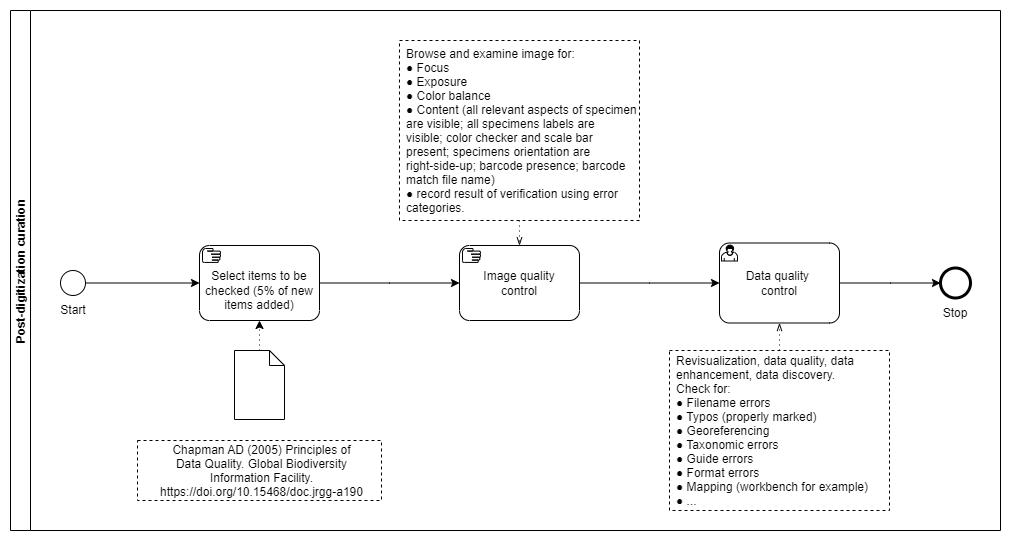
Before: images/HerbariumSheets/LISI/LISI_Post-digitization_curation_tasks.png, a diagram exported from draw.io (DiSSCo/dissco.github.io). Source tidied: cells renumbered, new cells last; positions are measured from the earlier drawing's top-left corner, leaving out a move shared by most shapes.
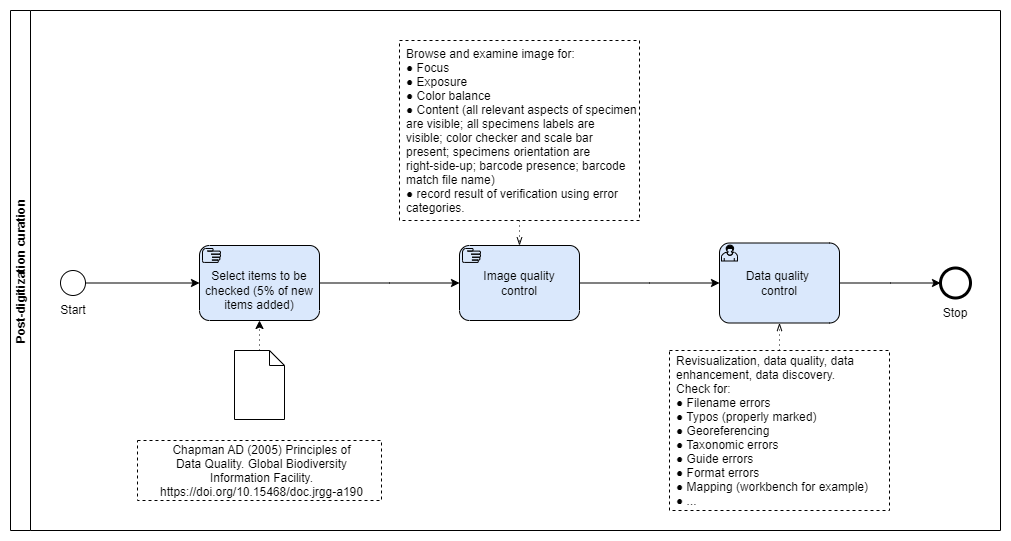
The same diagram one commit later.

Commit message:
Update LISI workflow images

What changed in the source:
```diff
@@ -8,7 +8,7 @@
     <mxCell id="3" style="ellipse;whiteSpace=wrap;html=1;" parent="1" vertex="1">
       <mxGeometry x="50" y="260" width="25" height="25" as="geometry" />
     </mxCell>
-    <mxCell id="4" value="&#10;Select items to be&#10;checked (5% of new&#10;items added)" style="points=[[0.25,0,0],[0.5,0,0],[0.75,0,0],[1,0.25,0],[1,0.5,0],[1,0.75,0],[0.75,1,0],[0.5,1,0],[0.25,1,0],[0,0.75,0],[0,0.5,0],[0,0.25,0]];shape=mxgraph.bpmn.task;whiteSpace=wrap;rectStyle=rounded;size=10;taskMarker=manual;fontStyle=0;" parent="1" vertex="1">
+    <mxCell id="4" value="&#10;Select items to be&#10;checked (5% of new&#10;items added)" style="points=[[0.25,0,0],[0.5,0,0],[0.75,0,0],[1,0.25,0],[1,0.5,0],[1,0.75,0],[0.75,1,0],[0.5,1,0],[0.25,1,0],[0,0.75,0],[0,0.5,0],[0,0.25,0]];shape=mxgraph.bpmn.task;whiteSpace=wrap;rectStyle=rounded;size=10;taskMarker=manual;fontStyle=0;fillColor=#dae8fc;strokeColor=#000000;" parent="1" vertex="1">
       <mxGeometry x="189" y="235" width="120" height="75" as="geometry" />
     </mxCell>
     <mxCell id="5" style="shape=mxgraph.bpmn.data;labelPosition=center;verticalLabelPosition=bottom;align=center;verticalAlign=top;whiteSpace=wrap;size=15;html=1;" parent="1" vertex="1">
@@ -17,7 +17,7 @@
     <mxCell id="6" style="edgeStyle=elbowEdgeStyle;fontSize=12;html=1;endFill=1;startFill=0;endSize=6;startSize=6;dashed=1;dashPattern=1 4;endArrow=classic;startArrow=none;rounded=0;" parent="1" edge="1" source="5" target="4">
       <mxGeometry relative="1" as="geometry" />
     </mxCell>
-    <mxCell id="7" value="Image quality&#10;control" style="points=[[0.25,0,0],[0.5,0,0],[0.75,0,0],[1,0.25,0],[1,0.5,0],[1,0.75,0],[0.75,1,0],[0.5,1,0],[0.25,1,0],[0,0.75,0],[0,0.5,0],[0,0.25,0]];shape=mxgraph.bpmn.task;whiteSpace=wrap;rectStyle=rounded;size=10;taskMarker=manual;" parent="1" vertex="1">
+    <mxCell id="7" value="Image quality&#10;control" style="points=[[0.25,0,0],[0.5,0,0],[0.75,0,0],[1,0.25,0],[1,0.5,0],[1,0.75,0],[0.75,1,0],[0.5,1,0],[0.25,1,0],[0,0.75,0],[0,0.5,0],[0,0.25,0]];shape=mxgraph.bpmn.task;whiteSpace=wrap;rectStyle=rounded;size=10;taskMarker=manual;fillColor=#dae8fc;strokeColor=#000000;" parent="1" vertex="1">
       <mxGeometry x="449" y="235" width="120" height="75" as="geometry" />
     </mxCell>
     <mxCell id="8" style="edgeStyle=elbowEdgeStyle;fontSize=12;html=1;endArrow=classic;endFill=1;rounded=0;" parent="1" edge="1" source="4" target="7">
@@ -26,7 +26,7 @@
     <mxCell id="9" style="edgeStyle=elbowEdgeStyle;fontSize=12;html=1;endArrow=classic;endFill=1;rounded=0;" parent="1" edge="1" source="7" target="10">
       <mxGeometry relative="1" as="geometry" />
     </mxCell>
-    <mxCell id="10" value="Data quality &#10;control" style="points=[[0.25,0,0],[0.5,0,0],[0.75,0,0],[1,0.25,0],[1,0.5,0],[1,0.75,0],[0.75,1,0],[0.5,1,0],[0.25,1,0],[0,0.75,0],[0,0.5,0],[0,0.25,0]];shape=mxgraph.bpmn.task;whiteSpace=wrap;rectStyle=rounded;size=10;taskMarker=user;" parent="1" vertex="1">
+    <mxCell id="10" value="Data quality &#10;control" style="points=[[0.25,0,0],[0.5,0,0],[0.75,0,0],[1,0.25,0],[1,0.5,0],[1,0.75,0],[0.75,1,0],[0.5,1,0],[0.25,1,0],[0,0.75,0],[0,0.5,0],[0,0.25,0]];shape=mxgraph.bpmn.task;whiteSpace=wrap;rectStyle=rounded;size=10;taskMarker=user;fillColor=#dae8fc;strokeColor=#000000;" parent="1" vertex="1">
       <mxGeometry x="709" y="232.5" width="120" height="80" as="geometry" />
     </mxCell>
     <mxCell id="11" style="edgeStyle=elbowEdgeStyle;fontSize=12;html=1;endArrow=classic;endFill=1;rounded=0;startArrow=none;" parent="1" edge="1" source="10" target="12">
```
